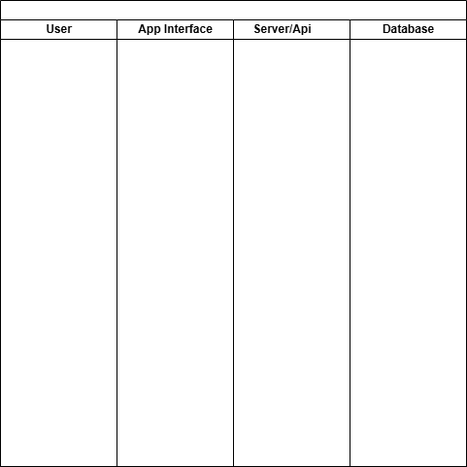
Earlier version of the draw.io export Sample Swimlane Diagram.drawio.png (LeQuan114/cinema_system). Source tidied: cells renumbered, new cells last; positions are measured from the earlier drawing's top-left corner, leaving out a move shared by most shapes.
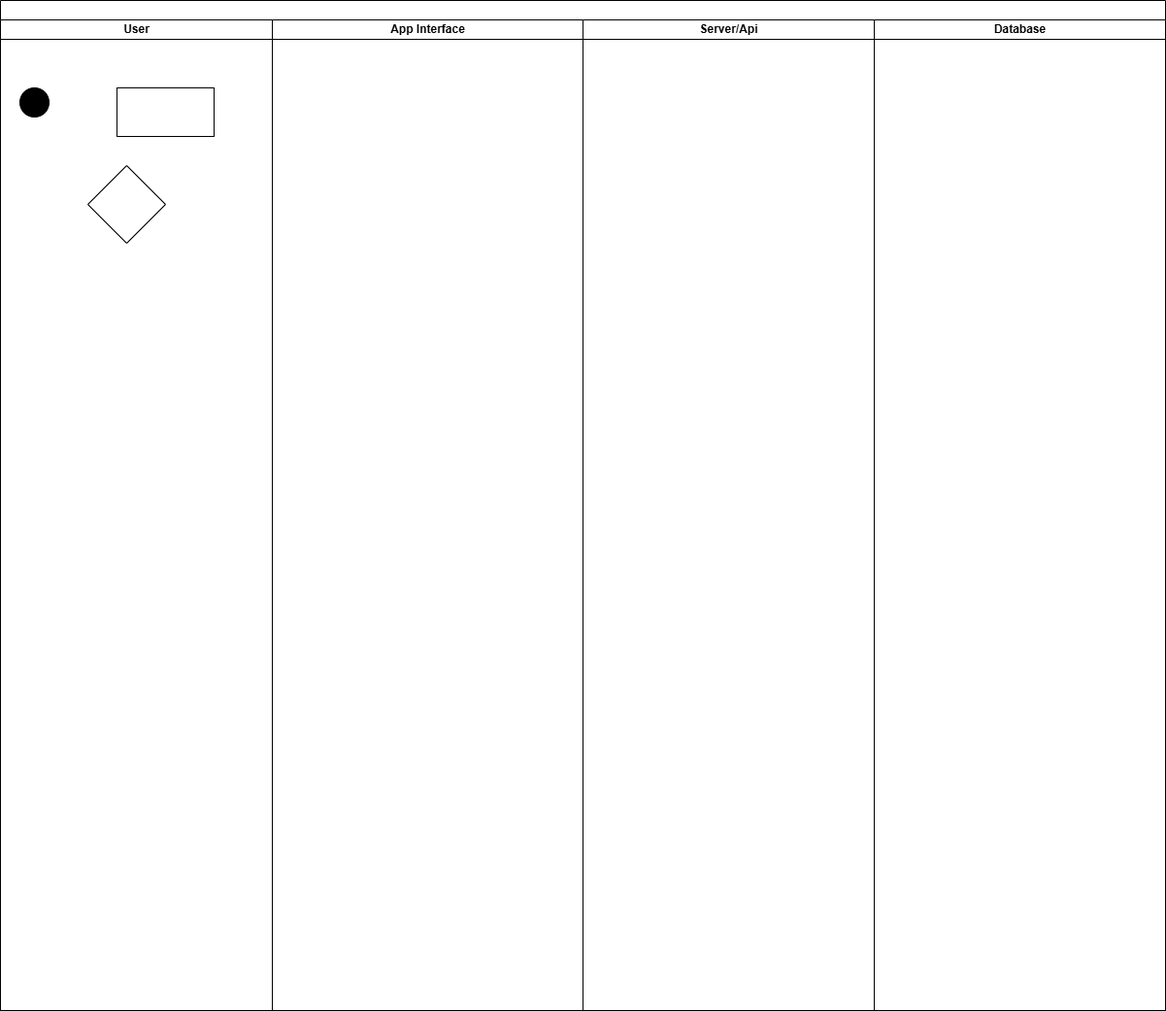
Above is the later version.

Diff of the diagram source:
```diff
@@ -2,20 +2,29 @@
   <root>
     <mxCell id="0" />
     <mxCell id="1" parent="0" />
-    <mxCell id="2" style="swimlane;startSize=20;html=1;" parent="1" vertex="1">
-      <mxGeometry width="480" height="480" as="geometry" />
-    </mxCell>
+    <mxCell id="7" style="swimlane;startSize=20;html=1;" parent="1" vertex="1">
+      <mxGeometry x="260" y="-120" width="1200" height="1040" as="geometry" />
+    </mxCell>
-    <mxCell id="3" value="User" style="swimlane;startSize=20;html=1;" parent="2" vertex="1">
-      <mxGeometry y="20" width="120" height="460" as="geometry" />
+    <mxCell id="3" value="User" style="swimlane;startSize=20;html=1;" parent="7" vertex="1">
+      <mxGeometry y="20" width="280" height="1020" as="geometry" />
     </mxCell>
+    <mxCell id="8" style="ellipse;fillColor=strokeColor;html=1;" parent="3" vertex="1">
+      <mxGeometry x="20" y="70" width="30" height="30" as="geometry" />
+    </mxCell>
+    <mxCell id="9" style="html=1;dashed=0;whiteSpace=wrap;" parent="3" vertex="1">
+      <mxGeometry x="120" y="70" width="100" height="50" as="geometry" />
+    </mxCell>
+    <mxCell id="10" style="rhombus;whiteSpace=wrap;html=1;" parent="3" vertex="1">
+      <mxGeometry x="90" y="150" width="80" height="80" as="geometry" />
+    </mxCell>
-    <mxCell id="4" value="App Interface" style="swimlane;startSize=20;html=1;" parent="2" vertex="1">
-      <mxGeometry x="120" y="20" width="120" height="460" as="geometry" />
+    <mxCell id="4" value="App Interface" style="swimlane;startSize=20;html=1;" parent="7" vertex="1">
+      <mxGeometry x="280" y="20" width="320" height="1020" as="geometry" />
     </mxCell>
-    <mxCell id="5" value="Server/Api&lt;span style=&quot;white-space: pre;&quot;&gt;&#9;&lt;/span&gt;" style="swimlane;startSize=20;html=1;" parent="2" vertex="1">
-      <mxGeometry x="240" y="20" width="120" height="460" as="geometry" />
+    <mxCell id="5" value="&lt;b&gt;Server/Api&lt;/b&gt;" style="swimlane;startSize=20;html=1;fontStyle=0;" parent="7" vertex="1">
+      <mxGeometry x="600" y="20" width="300" height="1020" as="geometry" />
     </mxCell>
-    <mxCell id="6" value="Database" style="swimlane;startSize=20;html=1;" parent="2" vertex="1">
-      <mxGeometry x="360" y="20" width="120" height="460" as="geometry" />
+    <mxCell id="6" value="&lt;b&gt;Database&lt;/b&gt;" style="swimlane;startSize=20;html=1;fontStyle=0;" parent="7" vertex="1">
+      <mxGeometry x="900" y="20" width="300" height="1020" as="geometry" />
     </mxCell>
   </root>
 </mxGraphModel>
```
